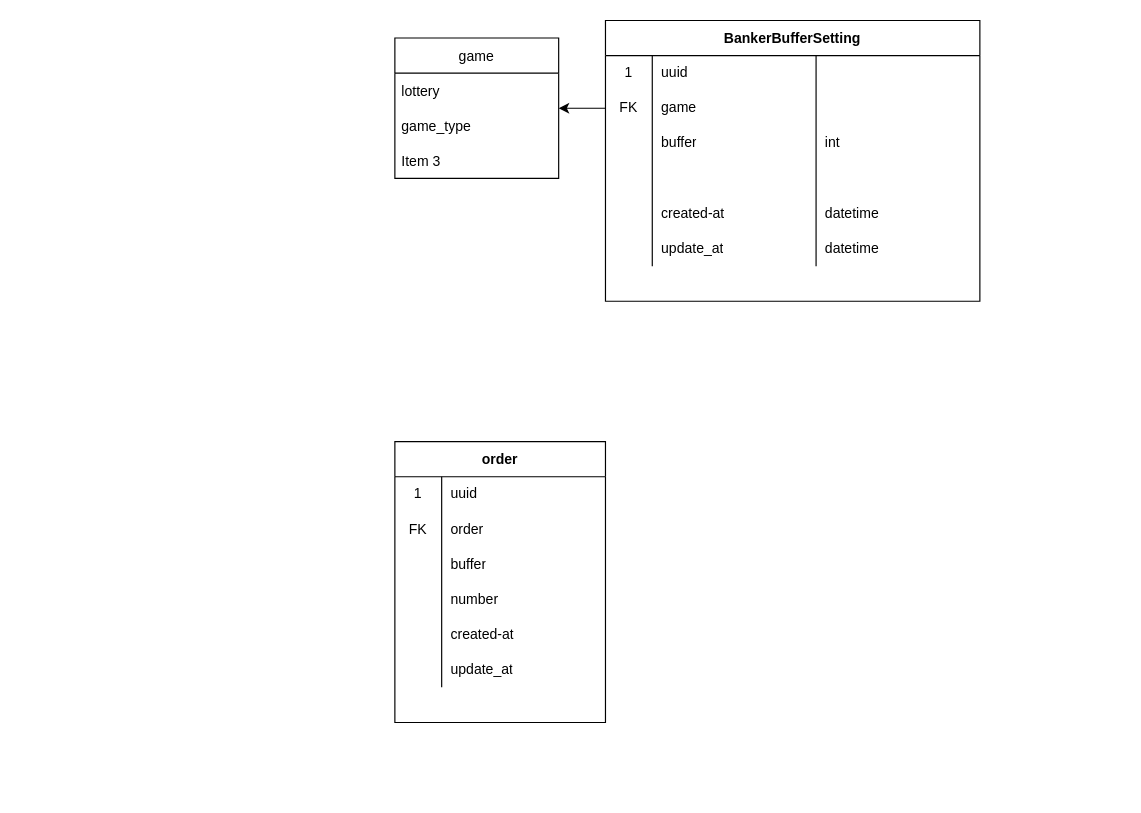
benntuecon/00 keeps this draw.io diagram as page "ERD" (1 of 2) of Untitled Diagram.drawio. Above is the earlier version. Source tidied: cells renumbered, new cells numbered last; positions are measured from the earlier drawing's top-left corner, leaving out a move shared by most shapes. Both pictures are drawn from the tidied source at 117%, with x=0, y=0 at pixel (394, 20).
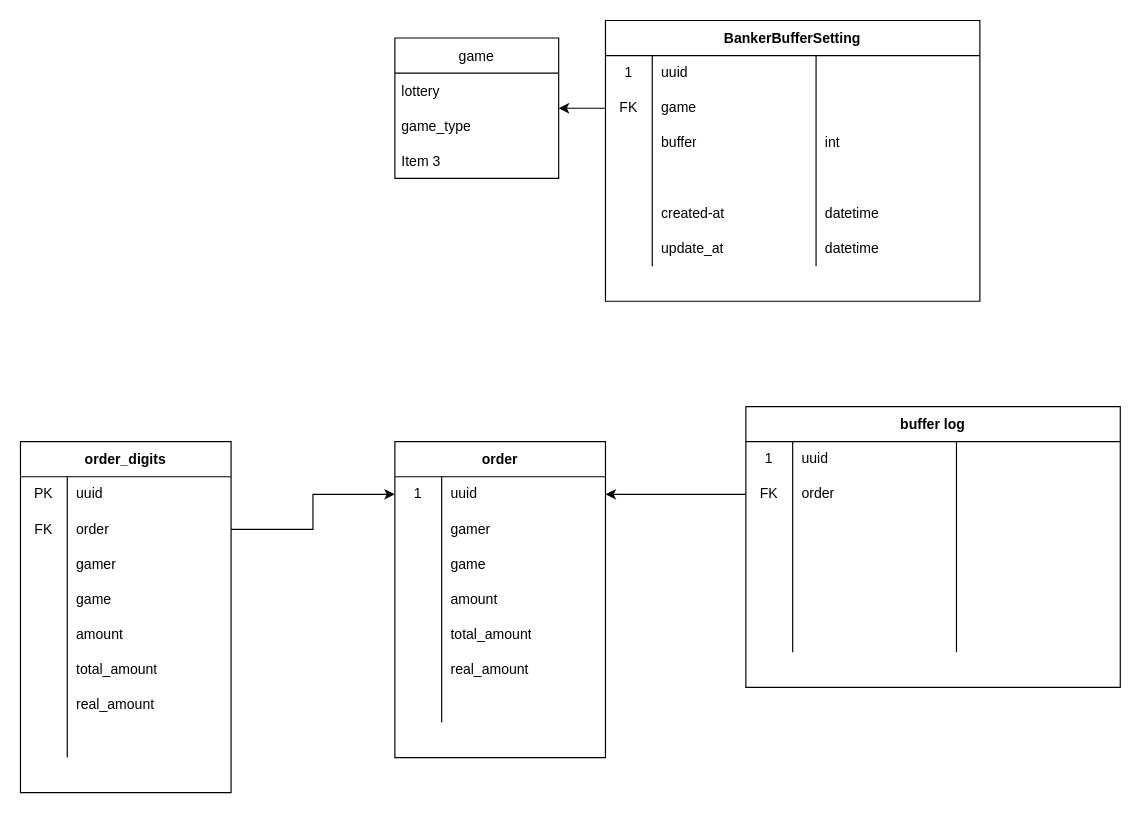
After the change.

Unchanged cells that the change refers to:
```xml
<mxCell id="33" style="shape=tableRow;horizontal=0;startSize=0;swimlaneHead=0;swimlaneBody=0;top=0;left=0;bottom=0;right=0;fillColor=none;points=[[0,0.5],[1,0.5]];portConstraint=eastwest;" parent="32" vertex="1">
  <mxGeometry y="30" width="180" height="30" as="geometry" />
</mxCell>
<mxCell id="36" style="shape=tableRow;horizontal=0;startSize=0;swimlaneHead=0;swimlaneBody=0;top=0;left=0;bottom=0;right=0;fillColor=none;" parent="32" vertex="1">
  <mxGeometry y="60" width="180" height="30" as="geometry" />
</mxCell>
<mxCell id="39" style="shape=tableRow;horizontal=0;startSize=0;swimlaneHead=0;swimlaneBody=0;top=0;left=0;bottom=0;right=0;fillColor=none;" parent="32" vertex="1">
  <mxGeometry y="90" width="180" height="30" as="geometry" />
</mxCell>
<mxCell id="42" style="shape=tableRow;horizontal=0;startSize=0;swimlaneHead=0;swimlaneBody=0;top=0;left=0;bottom=0;right=0;fillColor=none;" parent="32" vertex="1">
  <mxGeometry y="120" width="180" height="30" as="geometry" />
</mxCell>
<mxCell id="45" style="shape=tableRow;horizontal=0;startSize=0;swimlaneHead=0;swimlaneBody=0;top=0;left=0;bottom=0;right=0;fillColor=none;" parent="32" vertex="1">
  <mxGeometry y="150" width="180" height="30" as="geometry" />
</mxCell>
<mxCell id="48" style="shape=tableRow;horizontal=0;startSize=0;swimlaneHead=0;swimlaneBody=0;top=0;left=0;bottom=0;right=0;fillColor=none;" parent="32" vertex="1">
  <mxGeometry y="180" width="180" height="30" as="geometry" />
</mxCell>
```

What changed in the source:
```diff
@@
     <mxCell id="32" value="order" style="shape=table;startSize=30;childLayout=tableLayout;rowLines=0;fontStyle=1;" parent="1" vertex="1">
-      <mxGeometry y="360" width="180" height="240" as="geometry" />
+      <mxGeometry y="360" width="180" height="270" as="geometry" />
     </mxCell>
@@
-    <mxCell id="37" value="FK" style="shape=partialRectangle;html=1;whiteSpace=wrap;fillColor=none;top=0;left=0;bottom=0;right=0;overflow=hidden;" parent="36" vertex="1">
+    <mxCell id="37" style="shape=partialRectangle;html=1;whiteSpace=wrap;fillColor=none;top=0;left=0;bottom=0;right=0;overflow=hidden;" parent="36" vertex="1">
       <mxGeometry width="40" height="30" as="geometry" />
     </mxCell>
-    <mxCell id="38" value="order" style="shape=partialRectangle;html=1;whiteSpace=wrap;fillColor=none;top=0;left=0;bottom=0;right=0;align=left;spacingLeft=6;overflow=hidden;" parent="36" vertex="1">
+    <mxCell id="38" value="gamer" style="shape=partialRectangle;html=1;whiteSpace=wrap;fillColor=none;top=0;left=0;bottom=0;right=0;align=left;spacingLeft=6;overflow=hidden;" parent="36" vertex="1">
       <mxGeometry x="40" width="140" height="30" as="geometry" />
     </mxCell>
@@
-    <mxCell id="41" value="buffer" style="shape=partialRectangle;html=1;whiteSpace=wrap;fillColor=none;top=0;left=0;bottom=0;right=0;align=left;spacingLeft=6;overflow=hidden;" parent="39" vertex="1">
+    <mxCell id="41" value="game" style="shape=partialRectangle;html=1;whiteSpace=wrap;fillColor=none;top=0;left=0;bottom=0;right=0;align=left;spacingLeft=6;overflow=hidden;" parent="39" vertex="1">
       <mxGeometry x="40" width="140" height="30" as="geometry" />
     </mxCell>
@@
-    <mxCell id="44" value="number" style="shape=partialRectangle;html=1;whiteSpace=wrap;fillColor=none;top=0;left=0;bottom=0;right=0;align=left;spacingLeft=6;overflow=hidden;" parent="42" vertex="1">
+    <mxCell id="44" value="amount" style="shape=partialRectangle;html=1;whiteSpace=wrap;fillColor=none;top=0;left=0;bottom=0;right=0;align=left;spacingLeft=6;overflow=hidden;" parent="42" vertex="1">
       <mxGeometry x="40" width="140" height="30" as="geometry" />
     </mxCell>
@@
-    <mxCell id="47" value="created-at" style="shape=partialRectangle;html=1;whiteSpace=wrap;fillColor=none;top=0;left=0;bottom=0;right=0;align=left;spacingLeft=6;overflow=hidden;" parent="45" vertex="1">
+    <mxCell id="47" value="total_amount" style="shape=partialRectangle;html=1;whiteSpace=wrap;fillColor=none;top=0;left=0;bottom=0;right=0;align=left;spacingLeft=6;overflow=hidden;" parent="45" vertex="1">
       <mxGeometry x="40" width="140" height="30" as="geometry" />
     </mxCell>
@@
-    <mxCell id="50" value="update_at" style="shape=partialRectangle;html=1;whiteSpace=wrap;fillColor=none;top=0;left=0;bottom=0;right=0;align=left;spacingLeft=6;overflow=hidden;" parent="48" vertex="1">
+    <mxCell id="50" value="real_amount" style="shape=partialRectangle;html=1;whiteSpace=wrap;fillColor=none;top=0;left=0;bottom=0;right=0;align=left;spacingLeft=6;overflow=hidden;" parent="48" vertex="1">
       <mxGeometry x="40" width="140" height="30" as="geometry" />
     </mxCell>
+    <mxCell id="51" style="shape=tableRow;horizontal=0;startSize=0;swimlaneHead=0;swimlaneBody=0;top=0;left=0;bottom=0;right=0;fillColor=none;" parent="32" vertex="1">
+      <mxGeometry y="210" width="180" height="30" as="geometry" />
+    </mxCell>
+    <mxCell id="52" style="shape=partialRectangle;html=1;whiteSpace=wrap;fillColor=none;top=0;left=0;bottom=0;right=0;overflow=hidden;" parent="51" vertex="1">
+      <mxGeometry width="40" height="30" as="geometry" />
+    </mxCell>
+    <mxCell id="53" style="shape=partialRectangle;html=1;whiteSpace=wrap;fillColor=none;top=0;left=0;bottom=0;right=0;align=left;spacingLeft=6;overflow=hidden;" parent="51" vertex="1">
+      <mxGeometry x="40" width="140" height="30" as="geometry" />
+    </mxCell>
+    <mxCell id="54" value="buffer log" style="shape=table;startSize=30;childLayout=tableLayout;rowLines=0;fontStyle=1;" parent="1" vertex="1">
+      <mxGeometry x="300" y="330" width="320" height="240" as="geometry" />
+    </mxCell>
+    <mxCell id="55" style="shape=tableRow;horizontal=0;startSize=0;swimlaneHead=0;swimlaneBody=0;top=0;left=0;bottom=0;right=0;fillColor=none;" parent="54" vertex="1">
+      <mxGeometry y="30" width="320" height="30" as="geometry" />
+    </mxCell>
+    <mxCell id="56" value="1" style="shape=partialRectangle;html=1;whiteSpace=wrap;fillColor=none;top=0;left=0;bottom=0;right=0;overflow=hidden;" parent="55" vertex="1">
+      <mxGeometry width="40" height="30" as="geometry" />
+    </mxCell>
+    <mxCell id="57" value="uuid" style="shape=partialRectangle;html=1;whiteSpace=wrap;fillColor=none;top=0;left=0;bottom=0;right=0;align=left;spacingLeft=6;overflow=hidden;" parent="55" vertex="1">
+      <mxGeometry x="40" width="140" height="30" as="geometry" />
+    </mxCell>
+    <mxCell id="58" style="shape=partialRectangle;html=1;whiteSpace=wrap;fillColor=none;top=0;left=0;bottom=0;right=0;align=left;spacingLeft=6;overflow=hidden;" parent="55" vertex="1">
+      <mxGeometry x="180" width="140" height="30" as="geometry" />
+    </mxCell>
+    <mxCell id="59" style="shape=tableRow;horizontal=0;startSize=0;swimlaneHead=0;swimlaneBody=0;top=0;left=0;bottom=0;right=0;fillColor=none;points=[[0,0.5],[1,0.5]];portConstraint=eastwest;" parent="54" vertex="1">
+      <mxGeometry y="60" width="320" height="30" as="geometry" />
+    </mxCell>
+    <mxCell id="60" value="FK" style="shape=partialRectangle;html=1;whiteSpace=wrap;fillColor=none;top=0;left=0;bottom=0;right=0;overflow=hidden;" parent="59" vertex="1">
+      <mxGeometry width="40" height="30" as="geometry" />
+    </mxCell>
+    <mxCell id="61" value="order" style="shape=partialRectangle;html=1;whiteSpace=wrap;fillColor=none;top=0;left=0;bottom=0;right=0;align=left;spacingLeft=6;overflow=hidden;" parent="59" vertex="1">
+      <mxGeometry x="40" width="140" height="30" as="geometry" />
+    </mxCell>
+    <mxCell id="62" style="shape=partialRectangle;html=1;whiteSpace=wrap;fillColor=none;top=0;left=0;bottom=0;right=0;align=left;spacingLeft=6;overflow=hidden;" parent="59" vertex="1">
+      <mxGeometry x="180" width="140" height="30" as="geometry" />
+    </mxCell>
+    <mxCell id="63" style="shape=tableRow;horizontal=0;startSize=0;swimlaneHead=0;swimlaneBody=0;top=0;left=0;bottom=0;right=0;fillColor=none;" parent="54" vertex="1">
+      <mxGeometry y="90" width="320" height="30" as="geometry" />
+    </mxCell>
+    <mxCell id="64" style="shape=partialRectangle;html=1;whiteSpace=wrap;fillColor=none;top=0;left=0;bottom=0;right=0;overflow=hidden;" parent="63" vertex="1">
+      <mxGeometry width="40" height="30" as="geometry" />
+    </mxCell>
+    <mxCell id="65" style="shape=partialRectangle;html=1;whiteSpace=wrap;fillColor=none;top=0;left=0;bottom=0;right=0;align=left;spacingLeft=6;overflow=hidden;" parent="63" vertex="1">
+      <mxGeometry x="40" width="140" height="30" as="geometry" />
+    </mxCell>
+    <mxCell id="66" style="shape=partialRectangle;html=1;whiteSpace=wrap;fillColor=none;top=0;left=0;bottom=0;right=0;align=left;spacingLeft=6;overflow=hidden;" parent="63" vertex="1">
+      <mxGeometry x="180" width="140" height="30" as="geometry" />
+    </mxCell>
+    <mxCell id="67" style="shape=tableRow;horizontal=0;startSize=0;swimlaneHead=0;swimlaneBody=0;top=0;left=0;bottom=0;right=0;fillColor=none;" parent="54" vertex="1">
+      <mxGeometry y="120" width="320" height="30" as="geometry" />
+    </mxCell>
+    <mxCell id="68" style="shape=partialRectangle;html=1;whiteSpace=wrap;fillColor=none;top=0;left=0;bottom=0;right=0;overflow=hidden;" parent="67" vertex="1">
+      <mxGeometry width="40" height="30" as="geometry" />
+    </mxCell>
+    <mxCell id="69" style="shape=partialRectangle;html=1;whiteSpace=wrap;fillColor=none;top=0;left=0;bottom=0;right=0;align=left;spacingLeft=6;overflow=hidden;" parent="67" vertex="1">
+      <mxGeometry x="40" width="140" height="30" as="geometry" />
+    </mxCell>
+    <mxCell id="70" style="shape=partialRectangle;html=1;whiteSpace=wrap;fillColor=none;top=0;left=0;bottom=0;right=0;align=left;spacingLeft=6;overflow=hidden;" parent="67" vertex="1">
+      <mxGeometry x="180" width="140" height="30" as="geometry" />
+    </mxCell>
+    <mxCell id="71" style="shape=tableRow;horizontal=0;startSize=0;swimlaneHead=0;swimlaneBody=0;top=0;left=0;bottom=0;right=0;fillColor=none;" parent="54" vertex="1">
+      <mxGeometry y="150" width="320" height="30" as="geometry" />
+    </mxCell>
+    <mxCell id="72" style="shape=partialRectangle;html=1;whiteSpace=wrap;fillColor=none;top=0;left=0;bottom=0;right=0;overflow=hidden;" parent="71" vertex="1">
+      <mxGeometry width="40" height="30" as="geometry" />
+    </mxCell>
+    <mxCell id="73" style="shape=partialRectangle;html=1;whiteSpace=wrap;fillColor=none;top=0;left=0;bottom=0;right=0;align=left;spacingLeft=6;overflow=hidden;" parent="71" vertex="1">
+      <mxGeometry x="40" width="140" height="30" as="geometry" />
+    </mxCell>
+    <mxCell id="74" style="shape=partialRectangle;html=1;whiteSpace=wrap;fillColor=none;top=0;left=0;bottom=0;right=0;align=left;spacingLeft=6;overflow=hidden;" parent="71" vertex="1">
+      <mxGeometry x="180" width="140" height="30" as="geometry" />
+    </mxCell>
+    <mxCell id="75" style="shape=tableRow;horizontal=0;startSize=0;swimlaneHead=0;swimlaneBody=0;top=0;left=0;bottom=0;right=0;fillColor=none;" parent="54" vertex="1">
+      <mxGeometry y="180" width="320" height="30" as="geometry" />
+    </mxCell>
+    <mxCell id="76" style="shape=partialRectangle;html=1;whiteSpace=wrap;fillColor=none;top=0;left=0;bottom=0;right=0;overflow=hidden;" parent="75" vertex="1">
+      <mxGeometry width="40" height="30" as="geometry" />
+    </mxCell>
+    <mxCell id="77" style="shape=partialRectangle;html=1;whiteSpace=wrap;fillColor=none;top=0;left=0;bottom=0;right=0;align=left;spacingLeft=6;overflow=hidden;" parent="75" vertex="1">
+      <mxGeometry x="40" width="140" height="30" as="geometry" />
+    </mxCell>
+    <mxCell id="78" style="shape=partialRectangle;html=1;whiteSpace=wrap;fillColor=none;top=0;left=0;bottom=0;right=0;align=left;spacingLeft=6;overflow=hidden;" parent="75" vertex="1">
+      <mxGeometry x="180" width="140" height="30" as="geometry" />
+    </mxCell>
+    <mxCell id="79" style="edgeStyle=orthogonalEdgeStyle;rounded=0;jettySize=auto;html=1;entryX=1;entryY=0.5;entryDx=0;entryDy=0;fontSize=20;" parent="1" edge="1" source="59" target="33">
+      <mxGeometry relative="1" as="geometry" />
+    </mxCell>
+    <mxCell id="80" value="order_digits" style="shape=table;startSize=30;childLayout=tableLayout;rowLines=0;fontStyle=1;" parent="1" vertex="1">
+      <mxGeometry x="-320" y="360" width="180" height="300" as="geometry" />
+    </mxCell>
+    <mxCell id="81" style="shape=tableRow;horizontal=0;startSize=0;swimlaneHead=0;swimlaneBody=0;top=0;left=0;bottom=0;right=0;fillColor=none;" parent="80" vertex="1">
+      <mxGeometry y="30" width="180" height="30" as="geometry" />
+    </mxCell>
+    <mxCell id="82" value="PK" style="shape=partialRectangle;html=1;whiteSpace=wrap;fillColor=none;top=0;left=0;bottom=0;right=0;overflow=hidden;" parent="81" vertex="1">
+      <mxGeometry width="40" height="30" as="geometry" />
+    </mxCell>
+    <mxCell id="83" value="uuid" style="shape=partialRectangle;html=1;whiteSpace=wrap;fillColor=none;top=0;left=0;bottom=0;right=0;align=left;spacingLeft=6;overflow=hidden;" parent="81" vertex="1">
+      <mxGeometry x="40" width="140" height="30" as="geometry" />
+    </mxCell>
+    <mxCell id="84" style="shape=tableRow;horizontal=0;startSize=0;swimlaneHead=0;swimlaneBody=0;top=0;left=0;bottom=0;right=0;fillColor=none;points=[[0,0.5],[1,0.5]];portConstraint=eastwest;" parent="80" vertex="1">
+      <mxGeometry y="60" width="180" height="30" as="geometry" />
+    </mxCell>
+    <mxCell id="85" value="FK" style="shape=partialRectangle;html=1;whiteSpace=wrap;fillColor=none;top=0;left=0;bottom=0;right=0;overflow=hidden;" parent="84" vertex="1">
+      <mxGeometry width="40" height="30" as="geometry" />
+    </mxCell>
+    <mxCell id="86" value="order" style="shape=partialRectangle;html=1;whiteSpace=wrap;fillColor=none;top=0;left=0;bottom=0;right=0;align=left;spacingLeft=6;overflow=hidden;" parent="84" vertex="1">
+      <mxGeometry x="40" width="140" height="30" as="geometry" />
+    </mxCell>
+    <mxCell id="87" style="shape=tableRow;horizontal=0;startSize=0;swimlaneHead=0;swimlaneBody=0;top=0;left=0;bottom=0;right=0;fillColor=none;" parent="80" vertex="1">
+      <mxGeometry y="90" width="180" height="30" as="geometry" />
+    </mxCell>
+    <mxCell id="88" style="shape=partialRectangle;html=1;whiteSpace=wrap;fillColor=none;top=0;left=0;bottom=0;right=0;overflow=hidden;" parent="87" vertex="1">
+      <mxGeometry width="40" height="30" as="geometry" />
+    </mxCell>
+    <mxCell id="89" value="gamer" style="shape=partialRectangle;html=1;whiteSpace=wrap;fillColor=none;top=0;left=0;bottom=0;right=0;align=left;spacingLeft=6;overflow=hidden;" parent="87" vertex="1">
+      <mxGeometry x="40" width="140" height="30" as="geometry" />
+    </mxCell>
+    <mxCell id="90" style="shape=tableRow;horizontal=0;startSize=0;swimlaneHead=0;swimlaneBody=0;top=0;left=0;bottom=0;right=0;fillColor=none;" parent="80" vertex="1">
+      <mxGeometry y="120" width="180" height="30" as="geometry" />
+    </mxCell>
+    <mxCell id="91" style="shape=partialRectangle;html=1;whiteSpace=wrap;fillColor=none;top=0;left=0;bottom=0;right=0;overflow=hidden;" parent="90" vertex="1">
+      <mxGeometry width="40" height="30" as="geometry" />
+    </mxCell>
+    <mxCell id="92" value="game" style="shape=partialRectangle;html=1;whiteSpace=wrap;fillColor=none;top=0;left=0;bottom=0;right=0;align=left;spacingLeft=6;overflow=hidden;" parent="90" vertex="1">
+      <mxGeometry x="40" width="140" height="30" as="geometry" />
+    </mxCell>
+    <mxCell id="93" style="shape=tableRow;horizontal=0;startSize=0;swimlaneHead=0;swimlaneBody=0;top=0;left=0;bottom=0;right=0;fillColor=none;" parent="80" vertex="1">
+      <mxGeometry y="150" width="180" height="30" as="geometry" />
+    </mxCell>
+    <mxCell id="94" style="shape=partialRectangle;html=1;whiteSpace=wrap;fillColor=none;top=0;left=0;bottom=0;right=0;overflow=hidden;" parent="93" vertex="1">
+      <mxGeometry width="40" height="30" as="geometry" />
+    </mxCell>
+    <mxCell id="95" value="amount" style="shape=partialRectangle;html=1;whiteSpace=wrap;fillColor=none;top=0;left=0;bottom=0;right=0;align=left;spacingLeft=6;overflow=hidden;" parent="93" vertex="1">
+      <mxGeometry x="40" width="140" height="30" as="geometry" />
+    </mxCell>
+    <mxCell id="96" style="shape=tableRow;horizontal=0;startSize=0;swimlaneHead=0;swimlaneBody=0;top=0;left=0;bottom=0;right=0;fillColor=none;" parent="80" vertex="1">
+      <mxGeometry y="180" width="180" height="30" as="geometry" />
+    </mxCell>
+    <mxCell id="97" style="shape=partialRectangle;html=1;whiteSpace=wrap;fillColor=none;top=0;left=0;bottom=0;right=0;overflow=hidden;" parent="96" vertex="1">
+      <mxGeometry width="40" height="30" as="geometry" />
+    </mxCell>
+    <mxCell id="98" value="total_amount" style="shape=partialRectangle;html=1;whiteSpace=wrap;fillColor=none;top=0;left=0;bottom=0;right=0;align=left;spacingLeft=6;overflow=hidden;" parent="96" vertex="1">
+      <mxGeometry x="40" width="140" height="30" as="geometry" />
+    </mxCell>
+    <mxCell id="99" style="shape=tableRow;horizontal=0;startSize=0;swimlaneHead=0;swimlaneBody=0;top=0;left=0;bottom=0;right=0;fillColor=none;" parent="80" vertex="1">
+      <mxGeometry y="210" width="180" height="30" as="geometry" />
+    </mxCell>
+    <mxCell id="100" style="shape=partialRectangle;html=1;whiteSpace=wrap;fillColor=none;top=0;left=0;bottom=0;right=0;overflow=hidden;" parent="99" vertex="1">
+      <mxGeometry width="40" height="30" as="geometry" />
+    </mxCell>
+    <mxCell id="101" value="real_amount" style="shape=partialRectangle;html=1;whiteSpace=wrap;fillColor=none;top=0;left=0;bottom=0;right=0;align=left;spacingLeft=6;overflow=hidden;" parent="99" vertex="1">
+      <mxGeometry x="40" width="140" height="30" as="geometry" />
+    </mxCell>
+    <mxCell id="102" style="shape=tableRow;horizontal=0;startSize=0;swimlaneHead=0;swimlaneBody=0;top=0;left=0;bottom=0;right=0;fillColor=none;" parent="80" vertex="1">
+      <mxGeometry y="240" width="180" height="30" as="geometry" />
+    </mxCell>
+    <mxCell id="103" style="shape=partialRectangle;html=1;whiteSpace=wrap;fillColor=none;top=0;left=0;bottom=0;right=0;overflow=hidden;" parent="102" vertex="1">
+      <mxGeometry width="40" height="30" as="geometry" />
+    </mxCell>
+    <mxCell id="104" style="shape=partialRectangle;html=1;whiteSpace=wrap;fillColor=none;top=0;left=0;bottom=0;right=0;align=left;spacingLeft=6;overflow=hidden;" parent="102" vertex="1">
+      <mxGeometry x="40" width="140" height="30" as="geometry" />
+    </mxCell>
+    <mxCell id="105" style="edgeStyle=orthogonalEdgeStyle;rounded=0;jettySize=auto;html=1;entryX=0;entryY=0.5;entryDx=0;entryDy=0;fontSize=20;" parent="1" edge="1" source="84" target="33">
+      <mxGeometry relative="1" as="geometry" />
+    </mxCell>
```
